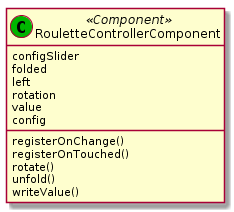
Before: out/doc/classes/RouletteControllerComponent.png, a diagram exported from PlantUML (clm2609/VirtualDJ). Source of this version:
```plantuml
@startuml RouletteControllerComponent
class "RouletteControllerComponent" as roulette <<(C,#00b500) Component>>{
    configSlider
    folded
    left
    rotation
    value
    config
    registerOnChange()
    registerOnTouched()
    rotate()
    unfold()
    writeValue()
}
@enduml
```
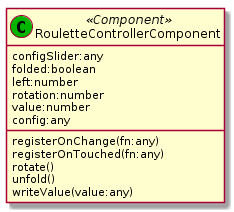
After the change.

The edit, as a diff of the source:
```diff
@@ -1,15 +1,15 @@
 @startuml RouletteControllerComponent
 class "RouletteControllerComponent" as roulette <<(C,#00b500) Component>>{
-    configSlider
-    folded
-    left
-    rotation
-    value
-    config
-    registerOnChange()
-    registerOnTouched()
+    configSlider:any
+    folded:boolean
+    left:number
+    rotation:number
+    value:number
+    config:any
+    registerOnChange(fn:any)
+    registerOnTouched(fn:any)
     rotate()
     unfold()
-    writeValue()
+    writeValue(value:any)
 }
 @enduml
```
